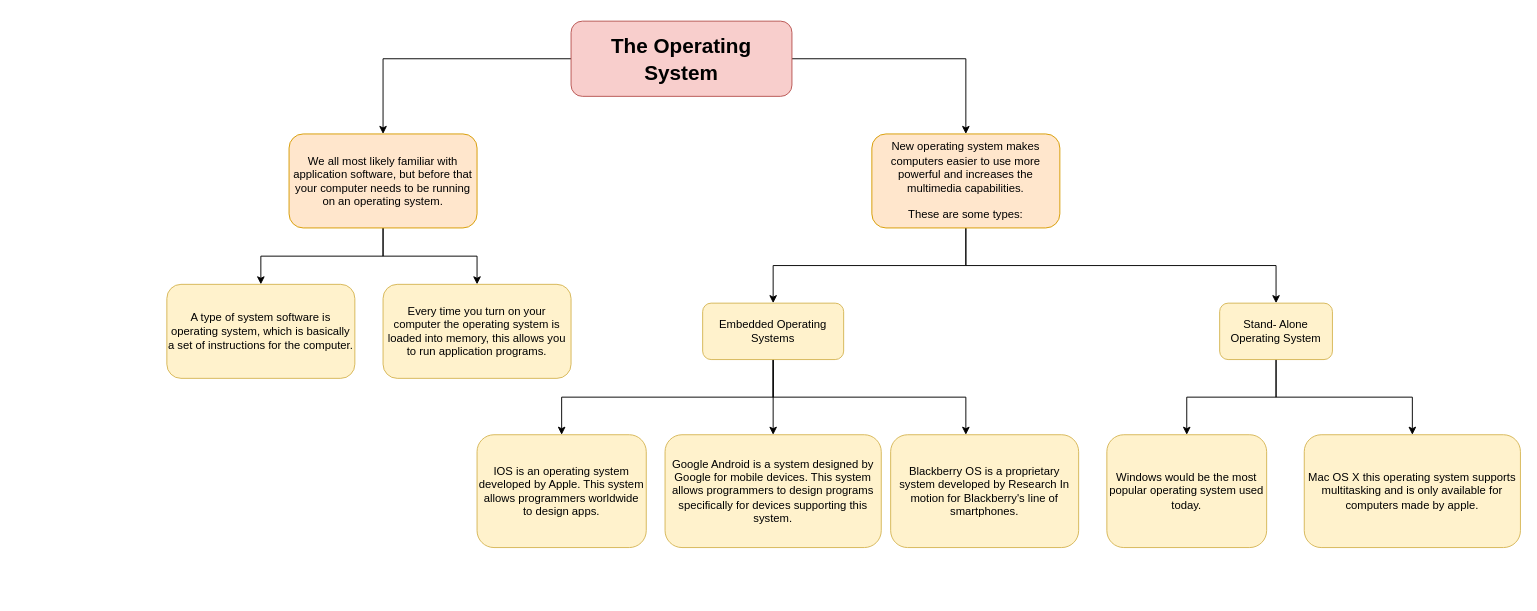
Earlier version of the draw.io diagram Challenges/Challenge_0/OperatingSystems.drawio (Youngermaster/ST0257-Operating-Systems). Source tidied: cells renumbered, new cells numbered last; positions are measured from the earlier drawing's top-left corner, leaving out a move shared by most shapes. Both pictures are drawn from the tidied source at 94%, with x=0, y=0 at pixel (166, 21).
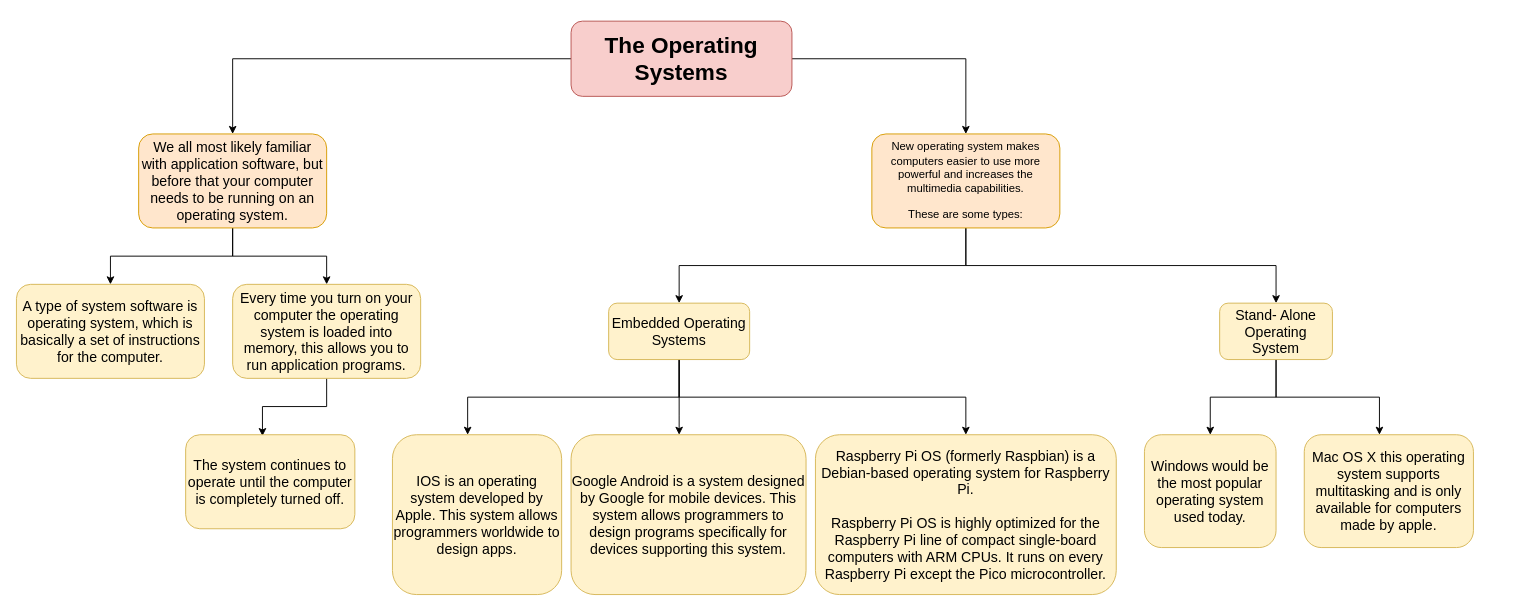
The same page after the edit.

Unchanged cells that the change refers to:
```xml
<mxCell id="12" value="New operating system makes computers easier to use more powerful and increases the multimedia capabilities.&lt;br&gt;&lt;br&gt;These are some types:" style="rounded=1;whiteSpace=wrap;html=1;fillColor=#ffe6cc;strokeColor=#d79b00;" parent="1" vertex="1">
  <mxGeometry x="750" y="120" width="200" height="100" as="geometry" />
</mxCell>
```

Change to the diagram source:
```diff
@@
-    <mxCell id="4" value="&lt;h1&gt;&lt;font style=&quot;font-size: 22px&quot;&gt;&lt;b&gt;The Operating System&lt;/b&gt;&lt;/font&gt;&lt;/h1&gt;" style="rounded=1;whiteSpace=wrap;html=1;fillColor=#f8cecc;strokeColor=#b85450;" parent="1" vertex="1">
+    <mxCell id="4" value="&lt;h1&gt;&lt;font size=&quot;1&quot; style=&quot;&quot;&gt;&lt;b style=&quot;font-size: 24px;&quot;&gt;The Operating Systems&lt;/b&gt;&lt;/font&gt;&lt;/h1&gt;" style="rounded=1;whiteSpace=wrap;html=1;fillColor=#f8cecc;strokeColor=#b85450;" parent="1" vertex="1">
       <mxGeometry x="430" width="235" height="80" as="geometry" />
     </mxCell>
-    <mxCell id="5" style="edgeStyle=orthogonalEdgeStyle;rounded=0;jettySize=auto;html=1;fontSize=22;" parent="1" edge="1" source="7" target="8">
+    <mxCell id="5" style="edgeStyle=orthogonalEdgeStyle;rounded=0;jettySize=auto;html=1;fontSize=15;" parent="1" edge="1" source="7" target="8">
       <mxGeometry relative="1" as="geometry" />
     </mxCell>
-    <mxCell id="6" style="edgeStyle=orthogonalEdgeStyle;rounded=0;jettySize=auto;html=1;exitX=0.5;exitY=1;exitDx=0;exitDy=0;entryX=0.5;entryY=0;entryDx=0;entryDy=0;fontSize=22;" parent="1" edge="1" source="7" target="9">
+    <mxCell id="6" style="edgeStyle=orthogonalEdgeStyle;rounded=0;jettySize=auto;html=1;exitX=0.5;exitY=1;exitDx=0;exitDy=0;entryX=0.5;entryY=0;entryDx=0;entryDy=0;fontSize=15;" parent="1" edge="1" source="7" target="9">
       <mxGeometry relative="1" as="geometry" />
     </mxCell>
-    <mxCell id="7" value="We all most likely familiar with application software, but before that your computer needs to be running on an operating system." style="rounded=1;whiteSpace=wrap;html=1;fillColor=#ffe6cc;strokeColor=#d79b00;" parent="1" vertex="1">
-      <mxGeometry x="130" y="120" width="200" height="100" as="geometry" />
+    <mxCell id="7" value="&lt;font style=&quot;font-size: 15px;&quot;&gt;We all most likely familiar with application software, but before that your computer needs to be running on an operating system.&lt;/font&gt;" style="rounded=1;whiteSpace=wrap;html=1;fillColor=#ffe6cc;strokeColor=#d79b00;" parent="1" vertex="1">
+      <mxGeometry x="-30" y="120" width="200" height="100" as="geometry" />
     </mxCell>
-    <mxCell id="8" value="A type of system software is operating system, which is basically a set of instructions for the computer." style="rounded=1;whiteSpace=wrap;html=1;fillColor=#fff2cc;strokeColor=#d6b656;" parent="1" vertex="1">
-      <mxGeometry y="280" width="200" height="100" as="geometry" />
+    <mxCell id="8" value="&lt;font style=&quot;font-size: 15px;&quot;&gt;A type of system software is operating system, which is basically a set of instructions for the computer.&lt;/font&gt;" style="rounded=1;whiteSpace=wrap;html=1;fillColor=#fff2cc;strokeColor=#d6b656;fontSize=15;" parent="1" vertex="1">
+      <mxGeometry x="-160" y="280" width="200" height="100" as="geometry" />
     </mxCell>
+    <mxCell id="25" style="edgeStyle=orthogonalEdgeStyle;rounded=0;jettySize=auto;html=1;fontSize=15;entryX=0.454;entryY=0.014;entryDx=0;entryDy=0;entryPerimeter=0;" parent="1" edge="1" source="9" target="26">
+      <mxGeometry relative="1" as="geometry" />
+    </mxCell>
-    <mxCell id="9" value="Every time you turn on your computer the operating system is loaded into memory, this allows you to run application programs." style="rounded=1;whiteSpace=wrap;html=1;fillColor=#fff2cc;strokeColor=#d6b656;" parent="1" vertex="1">
-      <mxGeometry x="230" y="280" width="200" height="100" as="geometry" />
+    <mxCell id="9" value="Every time you turn on your computer the operating system is loaded into memory, this allows you to run application programs." style="rounded=1;whiteSpace=wrap;html=1;fillColor=#fff2cc;strokeColor=#d6b656;fontSize=15;" parent="1" vertex="1">
+      <mxGeometry x="70" y="280" width="200" height="100" as="geometry" />
     </mxCell>
-    <mxCell id="10" style="edgeStyle=orthogonalEdgeStyle;rounded=0;jettySize=auto;html=1;fontSize=22;entryX=0.5;entryY=0;entryDx=0;entryDy=0;" parent="1" edge="1" source="12" target="15">
+    <mxCell id="10" style="edgeStyle=orthogonalEdgeStyle;rounded=0;jettySize=auto;html=1;fontSize=15;entryX=0.5;entryY=0;entryDx=0;entryDy=0;" parent="1" edge="1" source="12" target="15">
       <mxGeometry relative="1" as="geometry">
         <Array as="points">
           <mxPoint x="850" y="260" />
           <mxPoint x="1180" y="260" />
         </Array>
       </mxGeometry>
     </mxCell>
-    <mxCell id="11" style="edgeStyle=orthogonalEdgeStyle;rounded=0;jettySize=auto;html=1;exitX=0.5;exitY=1;exitDx=0;exitDy=0;fontSize=22;entryX=0.5;entryY=0;entryDx=0;entryDy=0;" parent="1" edge="1" source="12" target="19">
+    <mxCell id="11" style="edgeStyle=orthogonalEdgeStyle;rounded=0;jettySize=auto;html=1;exitX=0.5;exitY=1;exitDx=0;exitDy=0;fontSize=15;entryX=0.5;entryY=0;entryDx=0;entryDy=0;" parent="1" edge="1" source="12" target="19">
       <mxGeometry relative="1" as="geometry" />
     </mxCell>
@@
-    <mxCell id="13" style="edgeStyle=orthogonalEdgeStyle;rounded=0;jettySize=auto;html=1;fontSize=22;" parent="1" edge="1" source="15" target="23">
-      <mxGeometry relative="1" as="geometry" />
+    <mxCell id="13" style="edgeStyle=orthogonalEdgeStyle;rounded=0;jettySize=auto;html=1;fontSize=15;" parent="1" edge="1" source="15" target="23">
+      <mxGeometry relative="1" as="geometry">
+        <Array as="points">
+          <mxPoint x="1180" y="400" />
+          <mxPoint x="1110" y="400" />
+        </Array>
+      </mxGeometry>
     </mxCell>
-    <mxCell id="14" style="edgeStyle=orthogonalEdgeStyle;rounded=0;jettySize=auto;html=1;fontSize=22;" parent="1" edge="1" source="15" target="24">
-      <mxGeometry relative="1" as="geometry" />
+    <mxCell id="14" style="edgeStyle=orthogonalEdgeStyle;rounded=0;jettySize=auto;html=1;fontSize=15;" parent="1" edge="1" source="15" target="24">
+      <mxGeometry relative="1" as="geometry">
+        <Array as="points">
+          <mxPoint x="1180" y="400" />
+          <mxPoint x="1290" y="400" />
+        </Array>
+      </mxGeometry>
     </mxCell>
-    <mxCell id="15" value="Stand- Alone Operating System" style="whiteSpace=wrap;html=1;fillColor=#fff2cc;strokeColor=#d6b656;rounded=1;" parent="1" vertex="1">
+    <mxCell id="15" value="Stand- Alone Operating System" style="whiteSpace=wrap;html=1;fillColor=#fff2cc;strokeColor=#d6b656;rounded=1;fontSize=15;" parent="1" vertex="1">
       <mxGeometry x="1120" y="300" width="120" height="60" as="geometry" />
     </mxCell>
-    <mxCell id="16" style="edgeStyle=orthogonalEdgeStyle;rounded=0;jettySize=auto;html=1;fontSize=22;exitX=0.5;exitY=1;exitDx=0;exitDy=0;" parent="1" edge="1" source="19" target="20">
+    <mxCell id="16" style="edgeStyle=orthogonalEdgeStyle;rounded=0;jettySize=auto;html=1;fontSize=15;exitX=0.5;exitY=1;exitDx=0;exitDy=0;" parent="1" edge="1" source="19" target="20">
       <mxGeometry relative="1" as="geometry">
         <Array as="points">
-          <mxPoint x="645" y="400" />
-          <mxPoint x="420" y="400" />
+          <mxPoint x="545" y="400" />
+          <mxPoint x="320" y="400" />
         </Array>
       </mxGeometry>
     </mxCell>
-    <mxCell id="17" style="edgeStyle=orthogonalEdgeStyle;rounded=0;jettySize=auto;html=1;fontSize=22;" parent="1" edge="1" source="19" target="21">
-      <mxGeometry relative="1" as="geometry" />
+    <mxCell id="17" style="edgeStyle=orthogonalEdgeStyle;rounded=0;jettySize=auto;html=1;fontSize=15;" parent="1" edge="1" source="19" target="21">
+      <mxGeometry relative="1" as="geometry">
+        <Array as="points">
+          <mxPoint x="545" y="420" />
+          <mxPoint x="545" y="420" />
+        </Array>
+      </mxGeometry>
     </mxCell>
-    <mxCell id="18" style="edgeStyle=orthogonalEdgeStyle;rounded=0;jettySize=auto;html=1;fontSize=22;" parent="1" edge="1" source="19" target="22">
+    <mxCell id="18" style="edgeStyle=orthogonalEdgeStyle;rounded=0;jettySize=auto;html=1;fontSize=15;" parent="1" edge="1" source="19" target="22">
       <mxGeometry relative="1" as="geometry">
         <Array as="points">
-          <mxPoint x="645" y="400" />
+          <mxPoint x="545" y="400" />
           <mxPoint x="850" y="400" />
         </Array>
       </mxGeometry>
     </mxCell>
-    <mxCell id="19" value="Embedded Operating Systems" style="whiteSpace=wrap;html=1;fillColor=#fff2cc;strokeColor=#d6b656;rounded=1;" parent="1" vertex="1">
-      <mxGeometry x="570" y="300" width="150" height="60" as="geometry" />
+    <mxCell id="19" value="Embedded Operating Systems" style="whiteSpace=wrap;html=1;fillColor=#fff2cc;strokeColor=#d6b656;rounded=1;fontSize=15;" parent="1" vertex="1">
+      <mxGeometry x="470" y="300" width="150" height="60" as="geometry" />
     </mxCell>
-    <mxCell id="20" value="IOS is an operating system developed by Apple. This system allows programmers worldwide to design apps." style="whiteSpace=wrap;html=1;fillColor=#fff2cc;strokeColor=#d6b656;rounded=1;" parent="1" vertex="1">
-      <mxGeometry x="330" y="440" width="180" height="120" as="geometry" />
+    <mxCell id="20" value="IOS is an operating system developed by Apple. This system allows programmers worldwide to design apps." style="whiteSpace=wrap;html=1;fillColor=#fff2cc;strokeColor=#d6b656;rounded=1;fontSize=15;" parent="1" vertex="1">
+      <mxGeometry x="240" y="440" width="180" height="170" as="geometry" />
     </mxCell>
-    <mxCell id="21" value="Google Android is a system designed by Google for mobile devices. This system allows programmers to design programs specifically for devices supporting this system." style="whiteSpace=wrap;html=1;fillColor=#fff2cc;strokeColor=#d6b656;rounded=1;" parent="1" vertex="1">
-      <mxGeometry x="530" y="440" width="230" height="120" as="geometry" />
+    <mxCell id="21" value="Google Android is a system designed by Google for mobile devices. This system allows programmers to design programs specifically for devices supporting this system." style="whiteSpace=wrap;html=1;fillColor=#fff2cc;strokeColor=#d6b656;rounded=1;fontSize=15;" parent="1" vertex="1">
+      <mxGeometry x="430" y="440" width="250" height="170" as="geometry" />
     </mxCell>
-    <mxCell id="22" value="Blackberry OS is a proprietary system developed by Research In motion for Blackberry's line of smartphones." style="whiteSpace=wrap;html=1;fillColor=#fff2cc;strokeColor=#d6b656;rounded=1;" parent="1" vertex="1">
-      <mxGeometry x="770" y="440" width="200" height="120" as="geometry" />
+    <mxCell id="22" value="Raspberry Pi OS (formerly Raspbian) is a Debian-based operating system for Raspberry Pi.&lt;br style=&quot;font-size: 15px;&quot;&gt;&lt;br style=&quot;font-size: 15px;&quot;&gt;Raspberry Pi OS is highly optimized for the Raspberry Pi line of compact single-board computers with ARM CPUs. It runs on every Raspberry Pi except the Pico microcontroller." style="whiteSpace=wrap;html=1;fillColor=#fff2cc;strokeColor=#d6b656;rounded=1;fontSize=15;" parent="1" vertex="1">
+      <mxGeometry x="690" y="440" width="320" height="170" as="geometry" />
     </mxCell>
-    <mxCell id="23" value="Windows would be the most popular operating system used today." style="whiteSpace=wrap;html=1;fillColor=#fff2cc;strokeColor=#d6b656;rounded=1;" parent="1" vertex="1">
-      <mxGeometry x="1000" y="440" width="170" height="120" as="geometry" />
+    <mxCell id="23" value="Windows would be the most popular operating system used today." style="whiteSpace=wrap;html=1;fillColor=#fff2cc;strokeColor=#d6b656;rounded=1;fontSize=15;" parent="1" vertex="1">
+      <mxGeometry x="1040" y="440" width="140" height="120" as="geometry" />
     </mxCell>
-    <mxCell id="24" value="Mac OS X this operating system supports multitasking and is only available for computers made by apple." style="whiteSpace=wrap;html=1;fillColor=#fff2cc;strokeColor=#d6b656;rounded=1;" parent="1" vertex="1">
-      <mxGeometry x="1210" y="440" width="230" height="120" as="geometry" />
+    <mxCell id="24" value="Mac OS X this operating system supports multitasking and is only available for computers made by apple." style="whiteSpace=wrap;html=1;fillColor=#fff2cc;strokeColor=#d6b656;rounded=1;fontSize=15;" parent="1" vertex="1">
+      <mxGeometry x="1210" y="440" width="180" height="120" as="geometry" />
     </mxCell>
+    <mxCell id="26" value="&lt;span style=&quot;text-align: left;&quot;&gt;The system continues to operate until the computer is completely turned off.&lt;/span&gt;" style="rounded=1;whiteSpace=wrap;html=1;fillColor=#fff2cc;strokeColor=#d6b656;fontSize=15;" parent="1" vertex="1">
+      <mxGeometry x="20" y="440" width="180" height="100" as="geometry" />
+    </mxCell>
```
